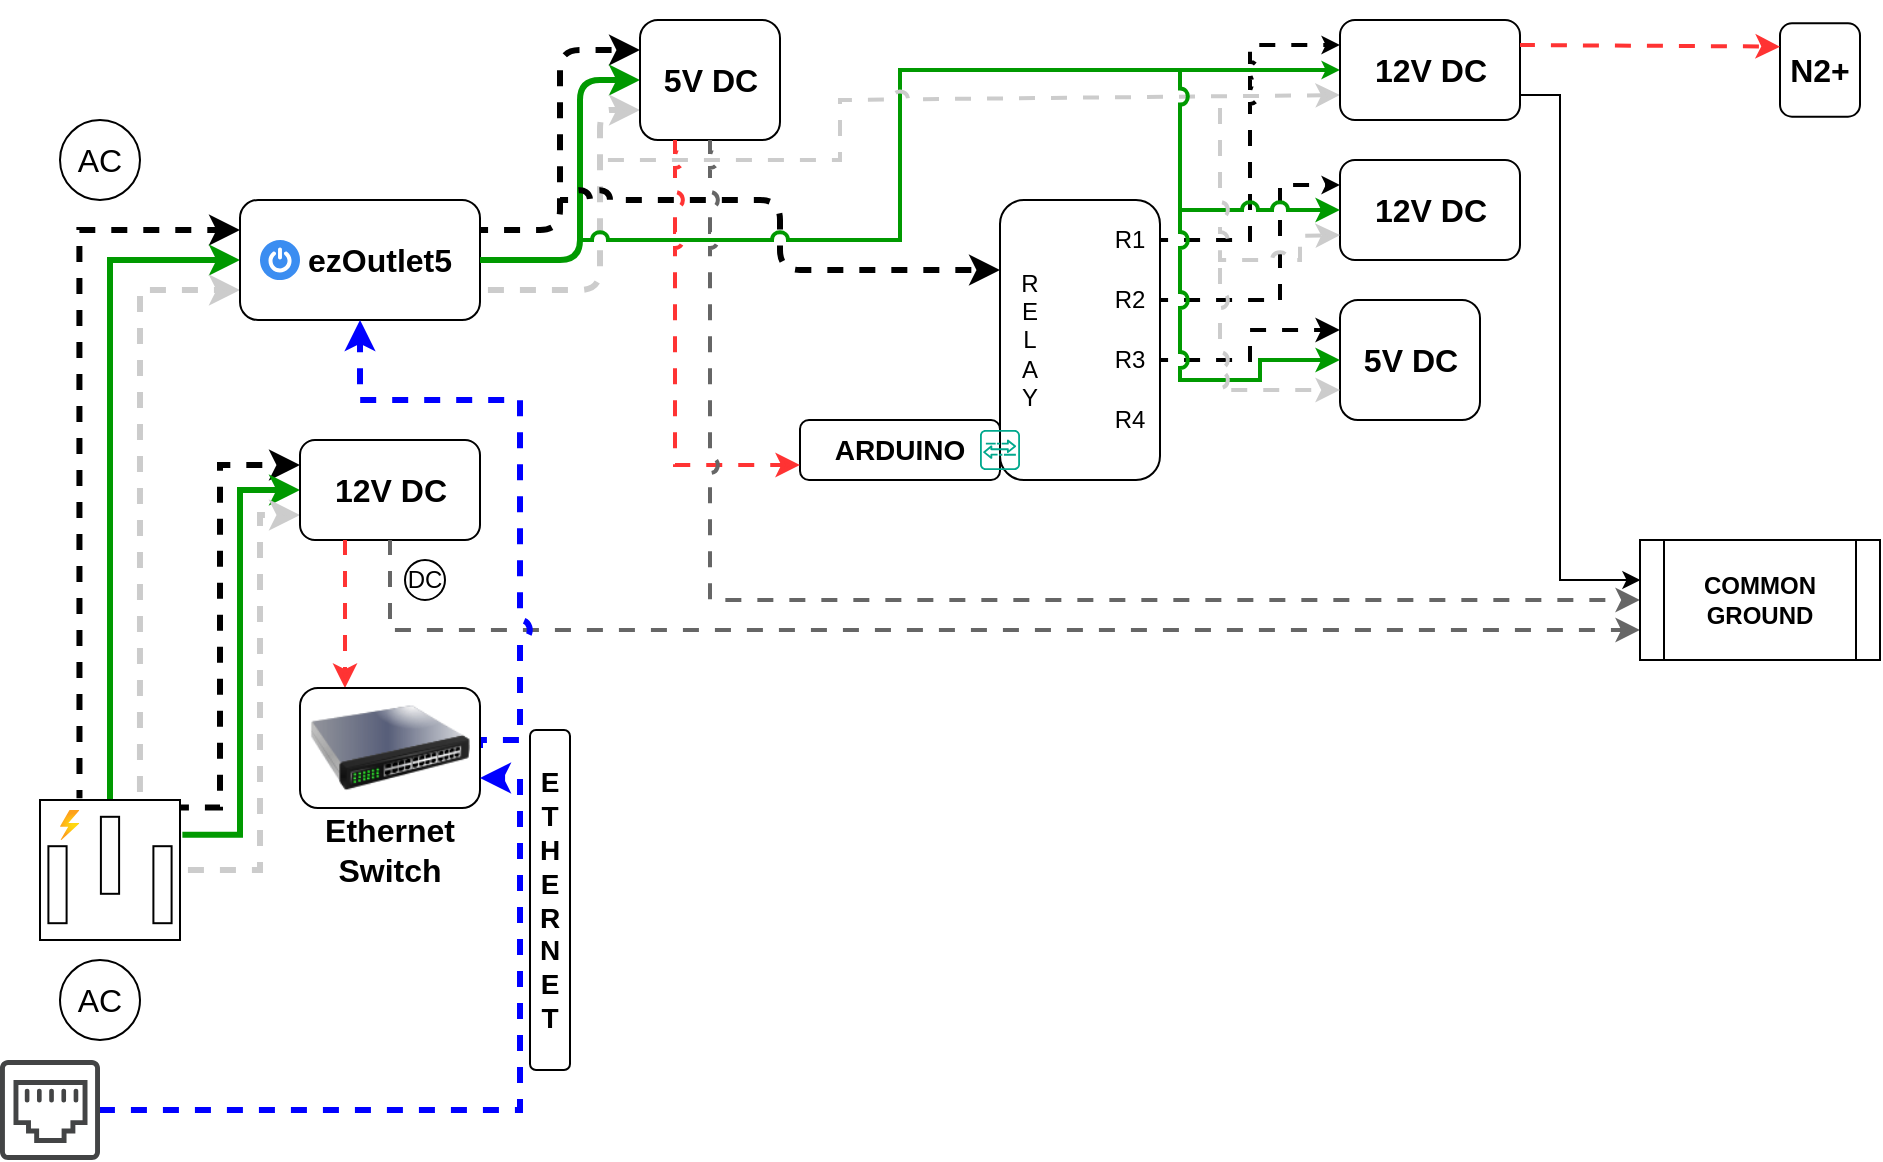
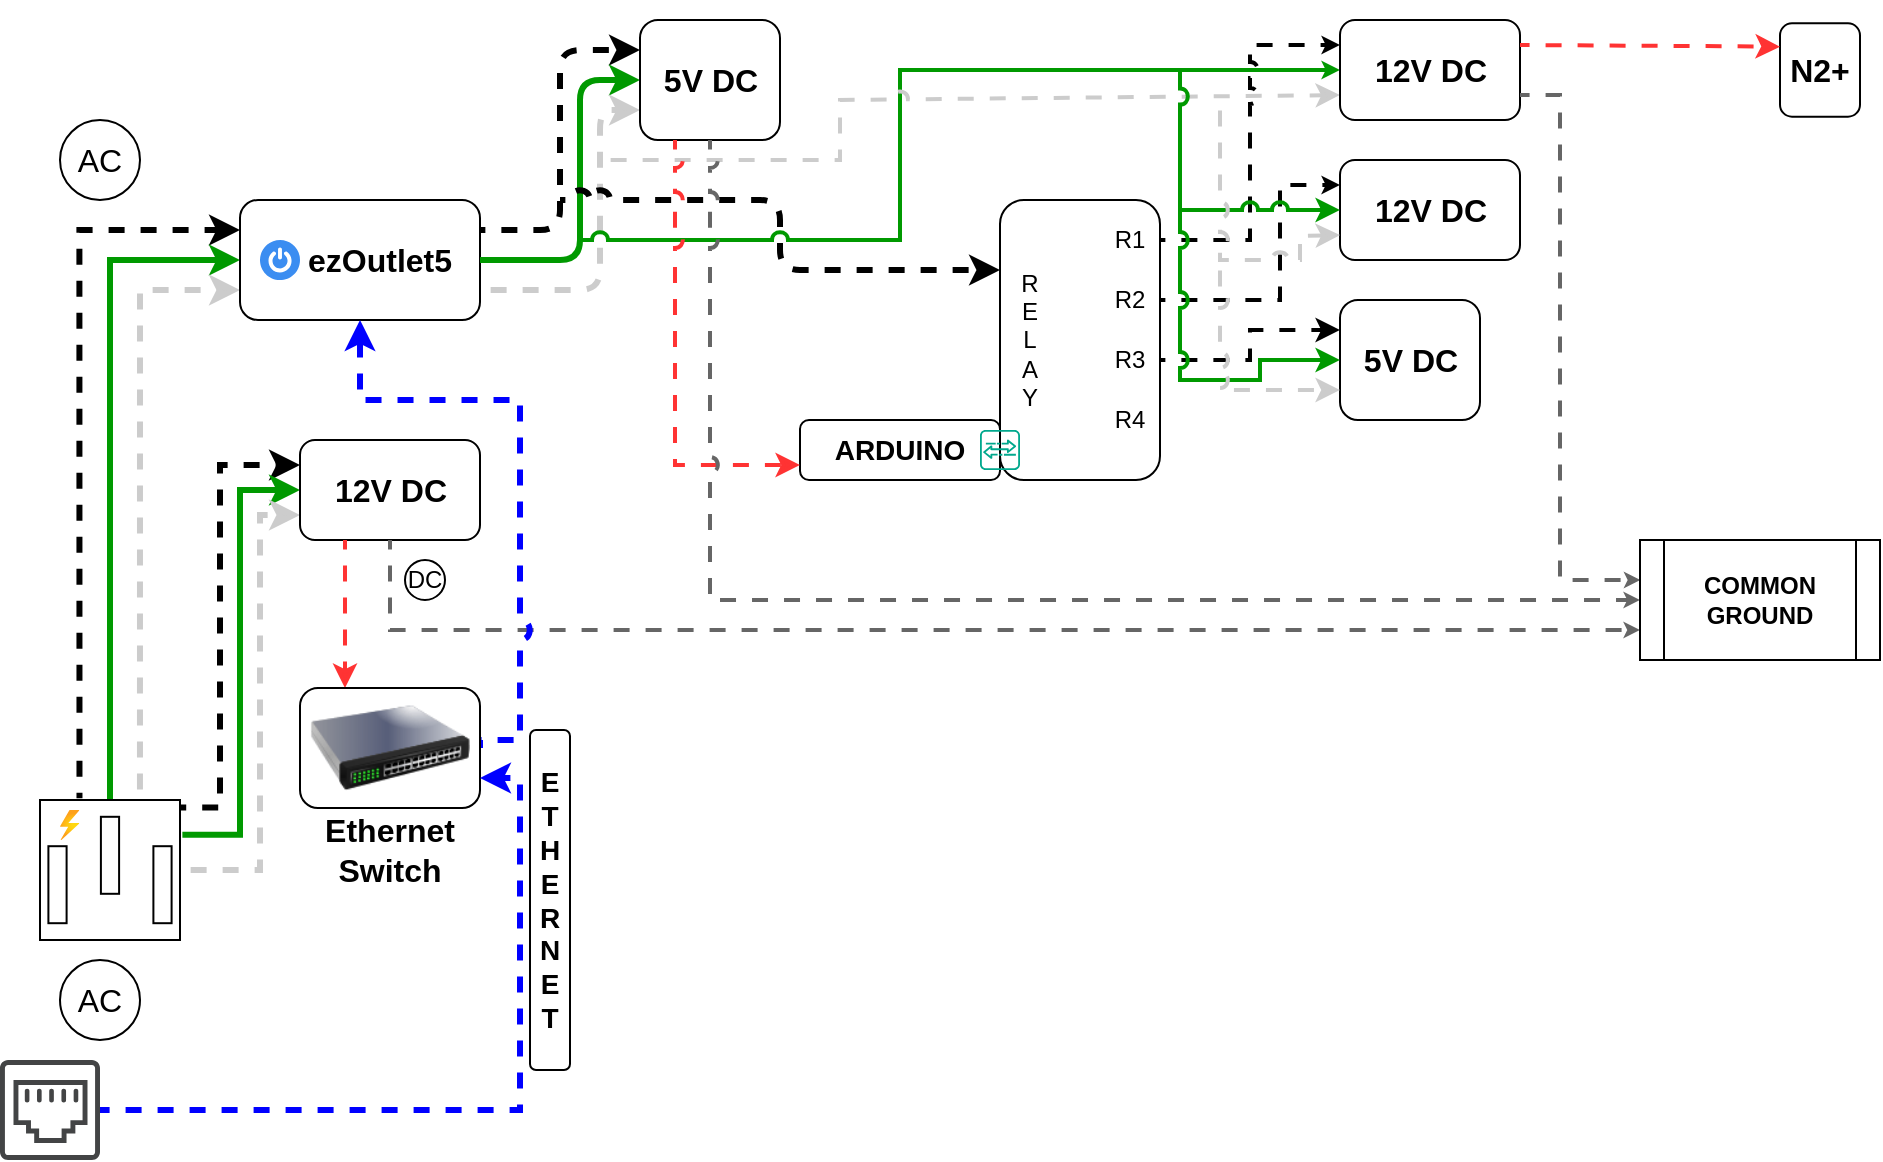
<mxfile host="app.diagrams.net" agent="Mozilla/5.0 (Windows NT 10.0; Win64; x64) AppleWebKit/537.36 (KHTML, like Gecko) Chrome/131.0.0.0 Safari/537.36 Edg/131.0.0.0" version="25.0.3">
  <diagram name="Page-1" id="VlRkN-xOVygPYa-iD9Ir">
    <mxGraphModel dx="241" dy="151" grid="1" gridSize="10" guides="1" tooltips="1" connect="1" arrows="1" fold="1" page="1" pageScale="1" pageWidth="1600" pageHeight="900" background="none" math="0" shadow="0">
      <root>
        <mxCell id="0" />
        <mxCell id="1" parent="0" />
        <mxCell id="JVLtuT8sySUBbFbLTn6r-3" style="edgeStyle=orthogonalEdgeStyle;rounded=0;orthogonalLoop=1;jettySize=auto;html=1;entryX=0;entryY=0.25;entryDx=0;entryDy=0;exitX=0.282;exitY=-0.013;exitDx=0;exitDy=0;exitPerimeter=0;strokeWidth=3;flowAnimation=1;flowAnimationDirection=alternate;flowAnimationTimingFunction=ease-in-out;flowAnimationDuration=1500;jumpStyle=arc;" parent="1" source="pD8juBFKP1GN8B8eYQTb-1" target="pD8juBFKP1GN8B8eYQTb-3" edge="1">
          <mxGeometry relative="1" as="geometry" />
        </mxCell>
        <mxCell id="JVLtuT8sySUBbFbLTn6r-4" style="edgeStyle=orthogonalEdgeStyle;rounded=0;orthogonalLoop=1;jettySize=auto;html=1;exitX=0.5;exitY=0;exitDx=0;exitDy=0;exitPerimeter=0;entryX=0;entryY=0.5;entryDx=0;entryDy=0;strokeColor=#009900;strokeWidth=3;jumpStyle=arc;" parent="1" source="pD8juBFKP1GN8B8eYQTb-1" target="pD8juBFKP1GN8B8eYQTb-3" edge="1">
          <mxGeometry relative="1" as="geometry" />
        </mxCell>
        <mxCell id="JVLtuT8sySUBbFbLTn6r-5" style="edgeStyle=orthogonalEdgeStyle;rounded=0;orthogonalLoop=1;jettySize=auto;html=1;entryX=0;entryY=0.75;entryDx=0;entryDy=0;exitX=0.714;exitY=0;exitDx=0;exitDy=0;exitPerimeter=0;strokeWidth=3;strokeColor=#CCCCCC;flowAnimation=1;flowAnimationDirection=alternate-reverse;flowAnimationTimingFunction=ease-in-out;flowAnimationDuration=1500;jumpStyle=arc;" parent="1" source="pD8juBFKP1GN8B8eYQTb-1" target="pD8juBFKP1GN8B8eYQTb-3" edge="1">
          <mxGeometry relative="1" as="geometry">
            <mxPoint x="120" y="320" as="targetPoint" />
          </mxGeometry>
        </mxCell>
        <mxCell id="JVLtuT8sySUBbFbLTn6r-6" style="edgeStyle=orthogonalEdgeStyle;rounded=0;orthogonalLoop=1;jettySize=auto;html=1;entryX=0;entryY=0.25;entryDx=0;entryDy=0;exitX=1.006;exitY=0.054;exitDx=0;exitDy=0;exitPerimeter=0;strokeWidth=3;flowAnimation=1;flowAnimationDirection=alternate;flowAnimationTimingFunction=ease-in-out;flowAnimationDuration=1500;jumpStyle=arc;" parent="1" source="pD8juBFKP1GN8B8eYQTb-1" target="pD8juBFKP1GN8B8eYQTb-24" edge="1">
          <mxGeometry relative="1" as="geometry">
            <Array as="points">
              <mxPoint x="120" y="404" />
              <mxPoint x="120" y="233" />
            </Array>
          </mxGeometry>
        </mxCell>
        <mxCell id="JVLtuT8sySUBbFbLTn6r-7" style="edgeStyle=orthogonalEdgeStyle;rounded=0;orthogonalLoop=1;jettySize=auto;html=1;entryX=0;entryY=0.5;entryDx=0;entryDy=0;exitX=1.017;exitY=0.249;exitDx=0;exitDy=0;exitPerimeter=0;strokeWidth=3;strokeColor=#009900;jumpStyle=arc;" parent="1" source="pD8juBFKP1GN8B8eYQTb-1" target="pD8juBFKP1GN8B8eYQTb-24" edge="1">
          <mxGeometry relative="1" as="geometry" />
        </mxCell>
        <mxCell id="JVLtuT8sySUBbFbLTn6r-8" style="edgeStyle=orthogonalEdgeStyle;rounded=0;orthogonalLoop=1;jettySize=auto;html=1;entryX=0;entryY=0.75;entryDx=0;entryDy=0;strokeColor=#CCCCCC;strokeWidth=3;flowAnimation=1;flowAnimationDirection=alternate-reverse;flowAnimationTimingFunction=ease-in-out;flowAnimationDuration=1500;jumpStyle=arc;" parent="1" source="pD8juBFKP1GN8B8eYQTb-1" target="pD8juBFKP1GN8B8eYQTb-24" edge="1">
          <mxGeometry relative="1" as="geometry">
            <Array as="points">
              <mxPoint x="140" y="435" />
              <mxPoint x="140" y="258" />
            </Array>
          </mxGeometry>
        </mxCell>
        <mxCell id="JVLtuT8sySUBbFbLTn6r-1" value="" style="group" parent="1" vertex="1" connectable="0">
          <mxGeometry x="30" y="480" width="60" height="40" as="geometry" />
        </mxCell>
        <mxCell id="pD8juBFKP1GN8B8eYQTb-22" value="AC" style="text;html=1;align=center;verticalAlign=middle;whiteSpace=wrap;rounded=0;fontSize=16;" parent="JVLtuT8sySUBbFbLTn6r-1" vertex="1">
          <mxGeometry y="5" width="60" height="30" as="geometry" />
        </mxCell>
        <mxCell id="pD8juBFKP1GN8B8eYQTb-23" value="" style="ellipse;whiteSpace=wrap;html=1;fillColor=none;" parent="JVLtuT8sySUBbFbLTn6r-1" vertex="1">
          <mxGeometry x="10" width="40" height="40" as="geometry" />
        </mxCell>
        <mxCell id="JVLtuT8sySUBbFbLTn6r-2" value="" style="group" parent="1" vertex="1" connectable="0">
          <mxGeometry x="30" y="60" width="60" height="40" as="geometry" />
        </mxCell>
        <mxCell id="pD8juBFKP1GN8B8eYQTb-9" value="" style="ellipse;whiteSpace=wrap;html=1;fillColor=none;" parent="JVLtuT8sySUBbFbLTn6r-2" vertex="1">
          <mxGeometry x="10" width="40" height="40" as="geometry" />
        </mxCell>
        <mxCell id="pD8juBFKP1GN8B8eYQTb-11" value="AC" style="text;html=1;align=center;verticalAlign=middle;whiteSpace=wrap;rounded=0;fontSize=16;" parent="JVLtuT8sySUBbFbLTn6r-2" vertex="1">
          <mxGeometry y="5" width="60" height="30" as="geometry" />
        </mxCell>
        <mxCell id="JVLtuT8sySUBbFbLTn6r-9" value="" style="group" parent="1" vertex="1" connectable="0">
          <mxGeometry x="130" y="100" width="120" height="60" as="geometry" />
        </mxCell>
        <mxCell id="JVLtuT8sySUBbFbLTn6r-16" value="" style="group" parent="JVLtuT8sySUBbFbLTn6r-9" vertex="1" connectable="0">
          <mxGeometry width="120" height="60" as="geometry" />
        </mxCell>
        <mxCell id="pD8juBFKP1GN8B8eYQTb-3" value="" style="rounded=1;whiteSpace=wrap;html=1;" parent="JVLtuT8sySUBbFbLTn6r-16" vertex="1">
          <mxGeometry width="120" height="60" as="geometry" />
        </mxCell>
        <mxCell id="JVLtuT8sySUBbFbLTn6r-13" value="" style="sketch=0;html=1;aspect=fixed;strokeColor=none;shadow=0;fillColor=#3B8DF1;verticalAlign=top;labelPosition=center;verticalLabelPosition=bottom;shape=mxgraph.gcp2.a7_power" parent="JVLtuT8sySUBbFbLTn6r-16" vertex="1">
          <mxGeometry x="10" y="20" width="20" height="20" as="geometry" />
        </mxCell>
        <mxCell id="pD8juBFKP1GN8B8eYQTb-15" value="&lt;b&gt;ezOutlet5&lt;/b&gt;" style="text;html=1;align=center;verticalAlign=middle;whiteSpace=wrap;rounded=0;fontSize=16;" parent="JVLtuT8sySUBbFbLTn6r-16" vertex="1">
          <mxGeometry x="40" y="10" width="60" height="40" as="geometry" />
        </mxCell>
        <mxCell id="JVLtuT8sySUBbFbLTn6r-11" value="" style="group" parent="1" vertex="1" connectable="0">
          <mxGeometry x="160" y="220" width="90" height="50" as="geometry" />
        </mxCell>
        <mxCell id="JVLtuT8sySUBbFbLTn6r-72" value="" style="group" parent="JVLtuT8sySUBbFbLTn6r-11" vertex="1" connectable="0">
          <mxGeometry width="90" height="50" as="geometry" />
        </mxCell>
        <mxCell id="pD8juBFKP1GN8B8eYQTb-24" value="" style="rounded=1;whiteSpace=wrap;html=1;" parent="JVLtuT8sySUBbFbLTn6r-72" vertex="1">
          <mxGeometry width="90" height="50" as="geometry" />
        </mxCell>
        <mxCell id="JVLtuT8sySUBbFbLTn6r-10" value="&lt;font style=&quot;font-size: 16px;&quot;&gt;&lt;b&gt;12V DC&lt;/b&gt;&lt;/font&gt;" style="text;html=1;align=center;verticalAlign=middle;whiteSpace=wrap;rounded=0;" parent="JVLtuT8sySUBbFbLTn6r-72" vertex="1">
          <mxGeometry x="15.75" y="10" width="58.5" height="30" as="geometry" />
        </mxCell>
        <mxCell id="JVLtuT8sySUBbFbLTn6r-18" value="" style="group" parent="1" vertex="1" connectable="0">
          <mxGeometry x="30" y="400" width="70" height="70" as="geometry" />
        </mxCell>
        <mxCell id="pD8juBFKP1GN8B8eYQTb-1" value="" style="pointerEvents=1;verticalLabelPosition=bottom;shadow=0;dashed=0;align=center;html=1;verticalAlign=top;shape=mxgraph.electrical.miscellaneous.ac_out" parent="JVLtuT8sySUBbFbLTn6r-18" vertex="1">
          <mxGeometry width="70" height="70" as="geometry" />
        </mxCell>
        <mxCell id="JVLtuT8sySUBbFbLTn6r-12" value="" style="image;aspect=fixed;html=1;points=[];align=center;fontSize=12;image=img/lib/azure2/general/Power.svg;" parent="JVLtuT8sySUBbFbLTn6r-18" vertex="1">
          <mxGeometry x="10" y="5" width="9.72" height="15" as="geometry" />
        </mxCell>
        <mxCell id="JVLtuT8sySUBbFbLTn6r-23" style="edgeStyle=orthogonalEdgeStyle;rounded=0;orthogonalLoop=1;jettySize=auto;html=1;entryX=0.25;entryY=0;entryDx=0;entryDy=0;exitX=0.25;exitY=1;exitDx=0;exitDy=0;strokeColor=#FF3333;strokeWidth=2;flowAnimation=1;jumpStyle=arc;" parent="1" source="pD8juBFKP1GN8B8eYQTb-24" target="JVLtuT8sySUBbFbLTn6r-19" edge="1">
          <mxGeometry relative="1" as="geometry" />
        </mxCell>
        <mxCell id="JVLtuT8sySUBbFbLTn6r-28" value="" style="group" parent="1" vertex="1" connectable="0">
          <mxGeometry x="210" y="280" width="25" height="20" as="geometry" />
        </mxCell>
        <mxCell id="JVLtuT8sySUBbFbLTn6r-26" value="" style="ellipse;whiteSpace=wrap;html=1;aspect=fixed;" parent="JVLtuT8sySUBbFbLTn6r-28" vertex="1">
          <mxGeometry x="2.5" width="20" height="20" as="geometry" />
        </mxCell>
        <mxCell id="JVLtuT8sySUBbFbLTn6r-27" value="&lt;font&gt;DC&lt;/font&gt;" style="text;html=1;align=center;verticalAlign=middle;whiteSpace=wrap;rounded=0;" parent="JVLtuT8sySUBbFbLTn6r-28" vertex="1">
          <mxGeometry y="2.5" width="25" height="15" as="geometry" />
        </mxCell>
-         <mxCell id="JVLtuT8sySUBbFbLTn6r-29" style="edgeStyle=orthogonalEdgeStyle;rounded=0;orthogonalLoop=1;jettySize=auto;html=1;exitX=0.5;exitY=1;exitDx=0;exitDy=0;strokeWidth=2;flowAnimation=1;strokeColor=#666666;jumpStyle=arc;entryX=0;entryY=0.75;entryDx=0;entryDy=0;" parent="1" source="pD8juBFKP1GN8B8eYQTb-24" target="0aRQkGjj-KWWZOeJOGup-9" edge="1">
+         <mxCell id="JVLtuT8sySUBbFbLTn6r-29" style="edgeStyle=orthogonalEdgeStyle;rounded=0;orthogonalLoop=1;jettySize=auto;html=1;exitX=0.5;exitY=1;exitDx=0;exitDy=0;strokeWidth=2;flowAnimation=1;strokeColor=#666666;jumpStyle=arc;entryX=0;entryY=0.75;entryDx=0;entryDy=0;endSize=2;" parent="1" source="pD8juBFKP1GN8B8eYQTb-24" target="0aRQkGjj-KWWZOeJOGup-9" edge="1">
          <mxGeometry relative="1" as="geometry">
            <mxPoint x="810" y="370" as="targetPoint" />
          </mxGeometry>
        </mxCell>
        <mxCell id="JVLtuT8sySUBbFbLTn6r-30" style="edgeStyle=orthogonalEdgeStyle;rounded=0;orthogonalLoop=1;jettySize=auto;html=1;exitX=1;exitY=0.5;exitDx=0;exitDy=0;entryX=0.5;entryY=1;entryDx=0;entryDy=0;strokeColor=#0000FF;strokeWidth=3;flowAnimation=1;jumpStyle=arc;" parent="1" source="JVLtuT8sySUBbFbLTn6r-19" target="pD8juBFKP1GN8B8eYQTb-3" edge="1">
          <mxGeometry relative="1" as="geometry">
            <Array as="points">
              <mxPoint x="270" y="370" />
              <mxPoint x="270" y="200" />
              <mxPoint x="190" y="200" />
            </Array>
          </mxGeometry>
        </mxCell>
        <mxCell id="JVLtuT8sySUBbFbLTn6r-33" value="" style="rounded=1;whiteSpace=wrap;html=1;" parent="1" vertex="1">
          <mxGeometry x="510" y="100" width="80" height="140" as="geometry" />
        </mxCell>
        <mxCell id="JVLtuT8sySUBbFbLTn6r-35" style="edgeStyle=orthogonalEdgeStyle;rounded=1;orthogonalLoop=1;jettySize=auto;html=1;exitX=1;exitY=0.25;exitDx=0;exitDy=0;entryX=0;entryY=0.25;entryDx=0;entryDy=0;curved=0;strokeWidth=3;flowAnimation=1;flowAnimationDirection=alternate;flowAnimationTimingFunction=ease-in-out;flowAnimationDuration=1500;jumpStyle=arc;" parent="1" source="pD8juBFKP1GN8B8eYQTb-3" target="JVLtuT8sySUBbFbLTn6r-34" edge="1">
          <mxGeometry relative="1" as="geometry" />
        </mxCell>
        <mxCell id="JVLtuT8sySUBbFbLTn6r-36" style="edgeStyle=orthogonalEdgeStyle;rounded=1;orthogonalLoop=1;jettySize=auto;html=1;exitX=1;exitY=0.5;exitDx=0;exitDy=0;entryX=0;entryY=0.5;entryDx=0;entryDy=0;curved=0;strokeWidth=3;strokeColor=#009900;jumpStyle=arc;" parent="1" source="pD8juBFKP1GN8B8eYQTb-3" target="JVLtuT8sySUBbFbLTn6r-34" edge="1">
          <mxGeometry relative="1" as="geometry">
            <Array as="points">
              <mxPoint x="300" y="130" />
              <mxPoint x="300" y="40" />
            </Array>
          </mxGeometry>
        </mxCell>
        <mxCell id="JVLtuT8sySUBbFbLTn6r-37" style="edgeStyle=orthogonalEdgeStyle;rounded=1;orthogonalLoop=1;jettySize=auto;html=1;exitX=1;exitY=0.75;exitDx=0;exitDy=0;entryX=0;entryY=0.75;entryDx=0;entryDy=0;curved=0;strokeColor=#CCCCCC;strokeWidth=3;flowAnimation=1;flowAnimationDirection=alternate-reverse;flowAnimationTimingFunction=ease-in-out;flowAnimationDuration=1500;jumpStyle=arc;" parent="1" source="pD8juBFKP1GN8B8eYQTb-3" target="JVLtuT8sySUBbFbLTn6r-34" edge="1">
          <mxGeometry relative="1" as="geometry">
            <Array as="points">
              <mxPoint x="310" y="145" />
              <mxPoint x="310" y="55" />
            </Array>
          </mxGeometry>
        </mxCell>
        <mxCell id="JVLtuT8sySUBbFbLTn6r-40" value="" style="endArrow=classic;html=1;rounded=1;curved=0;entryX=0;entryY=0.25;entryDx=0;entryDy=0;jumpStyle=arc;strokeWidth=3;flowAnimation=1;flowAnimationDirection=alternate;flowAnimationTimingFunction=ease-in-out;flowAnimationDuration=1500;" parent="1" target="JVLtuT8sySUBbFbLTn6r-33" edge="1">
          <mxGeometry width="50" height="50" relative="1" as="geometry">
            <mxPoint x="290" y="100" as="sourcePoint" />
            <mxPoint x="410" y="170" as="targetPoint" />
            <Array as="points">
              <mxPoint x="400" y="100" />
              <mxPoint x="400" y="135" />
            </Array>
          </mxGeometry>
        </mxCell>
        <mxCell id="JVLtuT8sySUBbFbLTn6r-51" value="" style="group" parent="1" vertex="1" connectable="0">
          <mxGeometry x="160" y="344" width="90" height="96" as="geometry" />
        </mxCell>
        <mxCell id="JVLtuT8sySUBbFbLTn6r-21" value="" style="group" parent="JVLtuT8sySUBbFbLTn6r-51" vertex="1" connectable="0">
          <mxGeometry width="90" height="70" as="geometry" />
        </mxCell>
        <mxCell id="JVLtuT8sySUBbFbLTn6r-50" value="" style="group" parent="JVLtuT8sySUBbFbLTn6r-21" vertex="1" connectable="0">
          <mxGeometry width="90" height="70" as="geometry" />
        </mxCell>
        <mxCell id="JVLtuT8sySUBbFbLTn6r-19" value="" style="rounded=1;whiteSpace=wrap;html=1;" parent="JVLtuT8sySUBbFbLTn6r-50" vertex="1">
          <mxGeometry width="90" height="60" as="geometry" />
        </mxCell>
        <mxCell id="JVLtuT8sySUBbFbLTn6r-49" value="" style="image;html=1;image=img/lib/clip_art/networking/Switch_128x128.png" parent="JVLtuT8sySUBbFbLTn6r-50" vertex="1">
          <mxGeometry x="5" y="-10" width="80" height="80" as="geometry" />
        </mxCell>
        <mxCell id="JVLtuT8sySUBbFbLTn6r-20" value="&lt;b&gt;&lt;font style=&quot;font-size: 16px;&quot;&gt;Ethernet&lt;/font&gt;&lt;/b&gt;&lt;div&gt;&lt;b&gt;&lt;font style=&quot;font-size: 16px;&quot;&gt;Switch&lt;/font&gt;&lt;/b&gt;&lt;/div&gt;" style="text;html=1;align=center;verticalAlign=middle;whiteSpace=wrap;rounded=0;" parent="JVLtuT8sySUBbFbLTn6r-51" vertex="1">
          <mxGeometry x="15" y="66" width="60" height="30" as="geometry" />
        </mxCell>
        <mxCell id="JVLtuT8sySUBbFbLTn6r-53" value="" style="group" parent="1" vertex="1" connectable="0">
          <mxGeometry x="330" y="10" width="70" height="60" as="geometry" />
        </mxCell>
        <mxCell id="JVLtuT8sySUBbFbLTn6r-71" value="" style="group" parent="JVLtuT8sySUBbFbLTn6r-53" vertex="1" connectable="0">
          <mxGeometry width="70" height="60" as="geometry" />
        </mxCell>
        <mxCell id="JVLtuT8sySUBbFbLTn6r-34" value="" style="rounded=1;whiteSpace=wrap;html=1;" parent="JVLtuT8sySUBbFbLTn6r-71" vertex="1">
          <mxGeometry width="70" height="60" as="geometry" />
        </mxCell>
        <mxCell id="JVLtuT8sySUBbFbLTn6r-52" value="&lt;font style=&quot;font-size: 16px;&quot;&gt;&lt;b&gt;5&lt;/b&gt;&lt;/font&gt;&lt;b style=&quot;font-size: 16px; background-color: initial;&quot;&gt;V DC&lt;/b&gt;" style="text;html=1;align=center;verticalAlign=middle;whiteSpace=wrap;rounded=0;" parent="JVLtuT8sySUBbFbLTn6r-71" vertex="1">
          <mxGeometry x="5.75" y="15" width="58.5" height="30" as="geometry" />
        </mxCell>
        <mxCell id="JVLtuT8sySUBbFbLTn6r-54" value="" style="endArrow=classic;html=1;rounded=0;entryX=0;entryY=0.5;entryDx=0;entryDy=0;jumpStyle=arc;strokeColor=#009900;strokeWidth=2;endSize=3;" parent="1" target="JVLtuT8sySUBbFbLTn6r-74" edge="1">
          <mxGeometry width="50" height="50" relative="1" as="geometry">
            <mxPoint x="300" y="120" as="sourcePoint" />
            <mxPoint x="350" y="80" as="targetPoint" />
            <Array as="points">
              <mxPoint x="460" y="120" />
              <mxPoint x="460" y="35" />
            </Array>
          </mxGeometry>
        </mxCell>
        <mxCell id="JVLtuT8sySUBbFbLTn6r-55" value="" style="endArrow=classic;html=1;rounded=0;entryX=0;entryY=0.75;entryDx=0;entryDy=0;strokeColor=#CCCCCC;strokeWidth=2;jumpStyle=arc;flowAnimation=1;flowAnimationDirection=alternate-reverse;flowAnimationTimingFunction=ease-in-out;flowAnimationDuration=1500;" parent="1" target="JVLtuT8sySUBbFbLTn6r-74" edge="1">
          <mxGeometry width="50" height="50" relative="1" as="geometry">
            <mxPoint x="310" y="80" as="sourcePoint" />
            <mxPoint x="350" y="140" as="targetPoint" />
            <Array as="points">
              <mxPoint x="430" y="80" />
              <mxPoint x="430" y="50" />
              <mxPoint x="520" y="50" />
            </Array>
          </mxGeometry>
        </mxCell>
        <mxCell id="JVLtuT8sySUBbFbLTn6r-56" value="R&lt;div&gt;E&lt;/div&gt;&lt;div&gt;L&lt;/div&gt;&lt;div&gt;A&lt;/div&gt;&lt;div&gt;Y&lt;/div&gt;" style="text;html=1;align=center;verticalAlign=middle;whiteSpace=wrap;rounded=0;" parent="1" vertex="1">
          <mxGeometry x="510" y="135" width="30" height="70" as="geometry" />
        </mxCell>
        <mxCell id="JVLtuT8sySUBbFbLTn6r-79" style="edgeStyle=orthogonalEdgeStyle;rounded=0;orthogonalLoop=1;jettySize=auto;html=1;exitX=1;exitY=0.5;exitDx=0;exitDy=0;entryX=0;entryY=0.25;entryDx=0;entryDy=0;strokeWidth=2;flowAnimation=1;flowAnimationDirection=alternate;flowAnimationTimingFunction=ease-in-out;flowAnimationDuration=1500;jumpStyle=arc;endSize=3;" parent="1" source="JVLtuT8sySUBbFbLTn6r-57" target="JVLtuT8sySUBbFbLTn6r-74" edge="1">
          <mxGeometry relative="1" as="geometry" />
        </mxCell>
        <mxCell id="JVLtuT8sySUBbFbLTn6r-57" value="R1" style="text;html=1;align=center;verticalAlign=middle;whiteSpace=wrap;rounded=0;" parent="1" vertex="1">
          <mxGeometry x="560" y="105" width="30" height="30" as="geometry" />
        </mxCell>
        <mxCell id="JVLtuT8sySUBbFbLTn6r-80" style="edgeStyle=orthogonalEdgeStyle;rounded=0;orthogonalLoop=1;jettySize=auto;html=1;exitX=1;exitY=0.5;exitDx=0;exitDy=0;entryX=0;entryY=0.25;entryDx=0;entryDy=0;strokeWidth=2;flowAnimation=1;flowAnimationDirection=alternate;flowAnimationTimingFunction=ease-in-out;flowAnimationDuration=1500;endSize=3;jumpStyle=arc;" parent="1" source="JVLtuT8sySUBbFbLTn6r-58" target="JVLtuT8sySUBbFbLTn6r-77" edge="1">
          <mxGeometry relative="1" as="geometry">
            <Array as="points">
              <mxPoint x="650" y="150" />
              <mxPoint x="650" y="93" />
            </Array>
          </mxGeometry>
        </mxCell>
        <mxCell id="JVLtuT8sySUBbFbLTn6r-58" value="R2" style="text;html=1;align=center;verticalAlign=middle;whiteSpace=wrap;rounded=0;" parent="1" vertex="1">
          <mxGeometry x="560" y="135" width="30" height="30" as="geometry" />
        </mxCell>
        <mxCell id="JVLtuT8sySUBbFbLTn6r-81" style="edgeStyle=orthogonalEdgeStyle;rounded=0;orthogonalLoop=1;jettySize=auto;html=1;exitX=1;exitY=0.5;exitDx=0;exitDy=0;entryX=0;entryY=0.25;entryDx=0;entryDy=0;strokeWidth=2;flowAnimation=1;flowAnimationDirection=alternate;flowAnimationTimingFunction=ease-in-out;flowAnimationDuration=1500;jumpStyle=arc;" parent="1" source="JVLtuT8sySUBbFbLTn6r-59" target="JVLtuT8sySUBbFbLTn6r-63" edge="1">
          <mxGeometry relative="1" as="geometry" />
        </mxCell>
        <mxCell id="JVLtuT8sySUBbFbLTn6r-59" value="R3" style="text;html=1;align=center;verticalAlign=middle;whiteSpace=wrap;rounded=0;" parent="1" vertex="1">
          <mxGeometry x="560" y="165" width="30" height="30" as="geometry" />
        </mxCell>
        <mxCell id="JVLtuT8sySUBbFbLTn6r-60" value="R4" style="text;html=1;align=center;verticalAlign=middle;whiteSpace=wrap;rounded=0;" parent="1" vertex="1">
          <mxGeometry x="560" y="195" width="30" height="30" as="geometry" />
        </mxCell>
        <mxCell id="JVLtuT8sySUBbFbLTn6r-67" value="" style="group" parent="1" vertex="1" connectable="0">
          <mxGeometry x="680" y="150" width="70" height="60" as="geometry" />
        </mxCell>
        <mxCell id="JVLtuT8sySUBbFbLTn6r-63" value="" style="rounded=1;whiteSpace=wrap;html=1;" parent="JVLtuT8sySUBbFbLTn6r-67" vertex="1">
          <mxGeometry width="70" height="60" as="geometry" />
        </mxCell>
        <mxCell id="JVLtuT8sySUBbFbLTn6r-62" value="" style="group" parent="JVLtuT8sySUBbFbLTn6r-67" vertex="1" connectable="0">
          <mxGeometry width="70" height="60" as="geometry" />
        </mxCell>
        <mxCell id="JVLtuT8sySUBbFbLTn6r-64" value="&lt;font style=&quot;font-size: 16px;&quot;&gt;&lt;b&gt;5&lt;/b&gt;&lt;/font&gt;&lt;b style=&quot;font-size: 16px; background-color: initial;&quot;&gt;V DC&lt;/b&gt;" style="text;html=1;align=center;verticalAlign=middle;whiteSpace=wrap;rounded=0;" parent="JVLtuT8sySUBbFbLTn6r-62" vertex="1">
          <mxGeometry x="5.75" y="15" width="58.5" height="30" as="geometry" />
        </mxCell>
        <mxCell id="JVLtuT8sySUBbFbLTn6r-73" value="" style="group" parent="1" vertex="1" connectable="0">
          <mxGeometry x="680" y="10" width="90" height="50" as="geometry" />
        </mxCell>
        <mxCell id="JVLtuT8sySUBbFbLTn6r-74" value="" style="rounded=1;whiteSpace=wrap;html=1;" parent="JVLtuT8sySUBbFbLTn6r-73" vertex="1">
          <mxGeometry width="90" height="50" as="geometry" />
        </mxCell>
        <mxCell id="JVLtuT8sySUBbFbLTn6r-75" value="&lt;font style=&quot;font-size: 16px;&quot;&gt;&lt;b&gt;12V DC&lt;/b&gt;&lt;/font&gt;" style="text;html=1;align=center;verticalAlign=middle;whiteSpace=wrap;rounded=0;" parent="JVLtuT8sySUBbFbLTn6r-73" vertex="1">
          <mxGeometry x="15.75" y="10" width="58.5" height="30" as="geometry" />
        </mxCell>
        <mxCell id="JVLtuT8sySUBbFbLTn6r-76" value="" style="group" parent="1" vertex="1" connectable="0">
          <mxGeometry x="680" y="80" width="90" height="50" as="geometry" />
        </mxCell>
        <mxCell id="JVLtuT8sySUBbFbLTn6r-77" value="" style="rounded=1;whiteSpace=wrap;html=1;" parent="JVLtuT8sySUBbFbLTn6r-76" vertex="1">
          <mxGeometry width="90" height="50" as="geometry" />
        </mxCell>
        <mxCell id="JVLtuT8sySUBbFbLTn6r-78" value="&lt;font style=&quot;font-size: 16px;&quot;&gt;&lt;b&gt;12V DC&lt;/b&gt;&lt;/font&gt;" style="text;html=1;align=center;verticalAlign=middle;whiteSpace=wrap;rounded=0;" parent="JVLtuT8sySUBbFbLTn6r-76" vertex="1">
          <mxGeometry x="15.75" y="10" width="58.5" height="30" as="geometry" />
        </mxCell>
        <mxCell id="JVLtuT8sySUBbFbLTn6r-82" value="" style="endArrow=classic;html=1;rounded=0;entryX=0;entryY=0.5;entryDx=0;entryDy=0;jumpStyle=arc;strokeColor=#009900;strokeWidth=2;" parent="1" target="JVLtuT8sySUBbFbLTn6r-77" edge="1">
          <mxGeometry width="50" height="50" relative="1" as="geometry">
            <mxPoint x="600" y="35" as="sourcePoint" />
            <mxPoint x="660" y="105" as="targetPoint" />
            <Array as="points">
              <mxPoint x="600" y="105" />
            </Array>
          </mxGeometry>
        </mxCell>
        <mxCell id="JVLtuT8sySUBbFbLTn6r-83" value="" style="endArrow=classic;html=1;rounded=0;entryX=0;entryY=0.75;entryDx=0;entryDy=0;strokeWidth=2;strokeColor=#CCCCCC;flowAnimation=1;flowAnimationTimingFunction=ease-in-out;flowAnimationDirection=alternate-reverse;jumpStyle=arc;flowAnimationDuration=1500;" parent="1" target="JVLtuT8sySUBbFbLTn6r-77" edge="1">
          <mxGeometry width="50" height="50" relative="1" as="geometry">
            <mxPoint x="620" y="50" as="sourcePoint" />
            <mxPoint x="480" y="40" as="targetPoint" />
            <Array as="points">
              <mxPoint x="620" y="130" />
              <mxPoint x="660" y="130" />
              <mxPoint x="660" y="118" />
            </Array>
          </mxGeometry>
        </mxCell>
        <mxCell id="JVLtuT8sySUBbFbLTn6r-88" value="" style="endArrow=classic;html=1;rounded=0;entryX=0;entryY=0.5;entryDx=0;entryDy=0;strokeColor=#009900;strokeWidth=2;jumpStyle=arc;" parent="1" target="JVLtuT8sySUBbFbLTn6r-63" edge="1">
          <mxGeometry width="50" height="50" relative="1" as="geometry">
            <mxPoint x="600" y="100" as="sourcePoint" />
            <mxPoint x="600" y="140" as="targetPoint" />
            <Array as="points">
              <mxPoint x="600" y="190" />
              <mxPoint x="640" y="190" />
              <mxPoint x="640" y="180" />
            </Array>
          </mxGeometry>
        </mxCell>
        <mxCell id="JVLtuT8sySUBbFbLTn6r-89" value="" style="endArrow=classic;html=1;rounded=0;entryX=0;entryY=0.75;entryDx=0;entryDy=0;strokeWidth=2;strokeColor=#CCCCCC;flowAnimation=1;jumpStyle=arc;flowAnimationTimingFunction=ease-in-out;flowAnimationDirection=alternate-reverse;flowAnimationDuration=1500;" parent="1" target="JVLtuT8sySUBbFbLTn6r-63" edge="1">
          <mxGeometry width="50" height="50" relative="1" as="geometry">
            <mxPoint x="620" y="130" as="sourcePoint" />
            <mxPoint x="600" y="100" as="targetPoint" />
            <Array as="points">
              <mxPoint x="620" y="195" />
            </Array>
          </mxGeometry>
        </mxCell>
        <mxCell id="JVLtuT8sySUBbFbLTn6r-90" value="&lt;b&gt;&lt;font style=&quot;font-size: 14px;&quot;&gt;ARDUINO&lt;/font&gt;&lt;/b&gt;" style="rounded=1;whiteSpace=wrap;html=1;" parent="1" vertex="1">
          <mxGeometry x="410" y="210" width="100" height="30" as="geometry" />
        </mxCell>
        <mxCell id="JVLtuT8sySUBbFbLTn6r-91" style="edgeStyle=orthogonalEdgeStyle;rounded=0;orthogonalLoop=1;jettySize=auto;html=1;exitX=0.25;exitY=1;exitDx=0;exitDy=0;entryX=0;entryY=0.75;entryDx=0;entryDy=0;strokeWidth=2;flowAnimation=1;strokeColor=#FF3333;jumpStyle=arc;" parent="1" source="JVLtuT8sySUBbFbLTn6r-34" target="JVLtuT8sySUBbFbLTn6r-90" edge="1">
          <mxGeometry relative="1" as="geometry" />
        </mxCell>
-         <mxCell id="JVLtuT8sySUBbFbLTn6r-92" style="edgeStyle=orthogonalEdgeStyle;rounded=0;orthogonalLoop=1;jettySize=auto;html=1;exitX=0.5;exitY=1;exitDx=0;exitDy=0;entryX=0;entryY=0.5;entryDx=0;entryDy=0;strokeWidth=2;flowAnimation=1;strokeColor=#666666;jumpStyle=arc;" parent="1" source="JVLtuT8sySUBbFbLTn6r-34" target="0aRQkGjj-KWWZOeJOGup-9" edge="1">
+         <mxCell id="JVLtuT8sySUBbFbLTn6r-92" style="edgeStyle=orthogonalEdgeStyle;rounded=0;orthogonalLoop=1;jettySize=auto;html=1;exitX=0.5;exitY=1;exitDx=0;exitDy=0;entryX=0;entryY=0.5;entryDx=0;entryDy=0;strokeWidth=2;flowAnimation=1;strokeColor=#666666;jumpStyle=arc;endSize=2;" parent="1" source="JVLtuT8sySUBbFbLTn6r-34" target="0aRQkGjj-KWWZOeJOGup-9" edge="1">
          <mxGeometry relative="1" as="geometry" />
        </mxCell>
        <mxCell id="JVLtuT8sySUBbFbLTn6r-93" value="" style="sketch=0;outlineConnect=0;fontColor=#232F3E;gradientColor=none;fillColor=#01A88D;strokeColor=none;dashed=0;verticalLabelPosition=bottom;verticalAlign=top;align=center;html=1;fontSize=12;fontStyle=0;aspect=fixed;shape=mxgraph.aws4.agent2;" parent="1" vertex="1">
          <mxGeometry x="500" y="215" width="20" height="20" as="geometry" />
        </mxCell>
        <mxCell id="0aRQkGjj-KWWZOeJOGup-1" value="" style="endArrow=classic;html=1;rounded=0;entryX=1;entryY=0.75;entryDx=0;entryDy=0;strokeWidth=3;strokeColor=#0000FF;flowAnimation=1;jumpStyle=arc;" edge="1" parent="1" source="0aRQkGjj-KWWZOeJOGup-3" target="JVLtuT8sySUBbFbLTn6r-19">
          <mxGeometry width="50" height="50" relative="1" as="geometry">
            <mxPoint x="40" y="560" as="sourcePoint" />
            <mxPoint x="560" y="420" as="targetPoint" />
            <Array as="points">
              <mxPoint x="270" y="555" />
              <mxPoint x="270" y="389" />
            </Array>
          </mxGeometry>
        </mxCell>
        <mxCell id="0aRQkGjj-KWWZOeJOGup-2" value="" style="group" vertex="1" connectable="0" parent="1">
          <mxGeometry x="270" y="365" width="30" height="170" as="geometry" />
        </mxCell>
        <mxCell id="JVLtuT8sySUBbFbLTn6r-31" value="" style="rounded=1;whiteSpace=wrap;html=1;" parent="0aRQkGjj-KWWZOeJOGup-2" vertex="1">
          <mxGeometry x="5" width="20" height="170" as="geometry" />
        </mxCell>
        <mxCell id="JVLtuT8sySUBbFbLTn6r-32" value="&lt;b&gt;&lt;font style=&quot;font-size: 14px;&quot;&gt;E&lt;/font&gt;&lt;/b&gt;&lt;div&gt;&lt;b&gt;&lt;font style=&quot;font-size: 14px;&quot;&gt;T&lt;/font&gt;&lt;/b&gt;&lt;/div&gt;&lt;div&gt;&lt;b&gt;&lt;font style=&quot;font-size: 14px;&quot;&gt;H&lt;/font&gt;&lt;/b&gt;&lt;/div&gt;&lt;div&gt;&lt;b&gt;&lt;font style=&quot;font-size: 14px;&quot;&gt;E&lt;/font&gt;&lt;/b&gt;&lt;/div&gt;&lt;div&gt;&lt;b&gt;&lt;font style=&quot;font-size: 14px;&quot;&gt;R&lt;/font&gt;&lt;/b&gt;&lt;/div&gt;&lt;div&gt;&lt;b&gt;&lt;font style=&quot;font-size: 14px;&quot;&gt;N&lt;/font&gt;&lt;/b&gt;&lt;/div&gt;&lt;div&gt;&lt;b&gt;&lt;font style=&quot;font-size: 14px;&quot;&gt;E&lt;/font&gt;&lt;/b&gt;&lt;/div&gt;&lt;div&gt;&lt;b&gt;&lt;font style=&quot;font-size: 14px;&quot;&gt;T&lt;/font&gt;&lt;/b&gt;&lt;/div&gt;" style="text;html=1;align=center;verticalAlign=middle;whiteSpace=wrap;rounded=0;" parent="0aRQkGjj-KWWZOeJOGup-2" vertex="1">
          <mxGeometry y="10" width="30" height="150" as="geometry" />
        </mxCell>
        <mxCell id="0aRQkGjj-KWWZOeJOGup-3" value="" style="sketch=0;pointerEvents=1;shadow=0;dashed=0;html=1;strokeColor=none;fillColor=#434445;aspect=fixed;labelPosition=center;verticalLabelPosition=bottom;verticalAlign=top;align=center;outlineConnect=0;shape=mxgraph.vvd.ethernet_port;" vertex="1" parent="1">
          <mxGeometry x="10" y="530" width="50" height="50" as="geometry" />
        </mxCell>
        <mxCell id="0aRQkGjj-KWWZOeJOGup-6" value="" style="group" vertex="1" connectable="0" parent="1">
          <mxGeometry x="890" width="60" height="70" as="geometry" />
        </mxCell>
        <mxCell id="0aRQkGjj-KWWZOeJOGup-4" value="" style="rounded=1;whiteSpace=wrap;html=1;" vertex="1" parent="0aRQkGjj-KWWZOeJOGup-6">
          <mxGeometry x="10" y="11.666666666666668" width="40" height="46.66666666666667" as="geometry" />
        </mxCell>
        <mxCell id="0aRQkGjj-KWWZOeJOGup-5" value="&lt;b&gt;&lt;font style=&quot;font-size: 16px;&quot;&gt;N2+&lt;/font&gt;&lt;/b&gt;" style="text;html=1;align=center;verticalAlign=middle;whiteSpace=wrap;rounded=0;" vertex="1" parent="0aRQkGjj-KWWZOeJOGup-6">
          <mxGeometry x="10" y="11.666666666666668" width="40" height="46.66666666666667" as="geometry" />
        </mxCell>
        <mxCell id="0aRQkGjj-KWWZOeJOGup-7" style="edgeStyle=orthogonalEdgeStyle;rounded=0;orthogonalLoop=1;jettySize=auto;html=1;exitX=1;exitY=0.25;exitDx=0;exitDy=0;entryX=0;entryY=0.25;entryDx=0;entryDy=0;strokeWidth=2;jumpStyle=arc;flowAnimation=1;strokeColor=#FF3333;" edge="1" parent="1" source="JVLtuT8sySUBbFbLTn6r-74" target="0aRQkGjj-KWWZOeJOGup-5">
          <mxGeometry relative="1" as="geometry" />
        </mxCell>
-         <mxCell id="0aRQkGjj-KWWZOeJOGup-8" style="edgeStyle=orthogonalEdgeStyle;rounded=0;orthogonalLoop=1;jettySize=auto;html=1;exitX=1;exitY=0.75;exitDx=0;exitDy=0;entryX=0.002;entryY=0.319;entryDx=0;entryDy=0;entryPerimeter=0;" edge="1" parent="1" source="JVLtuT8sySUBbFbLTn6r-74" target="0aRQkGjj-KWWZOeJOGup-9">
+         <mxCell id="0aRQkGjj-KWWZOeJOGup-8" style="edgeStyle=orthogonalEdgeStyle;rounded=0;orthogonalLoop=1;jettySize=auto;html=1;exitX=1;exitY=0.75;exitDx=0;exitDy=0;entryX=0.002;entryY=0.319;entryDx=0;entryDy=0;entryPerimeter=0;strokeWidth=2;strokeColor=#666666;flowAnimation=1;jumpStyle=arc;endSize=2;" edge="1" parent="1" source="JVLtuT8sySUBbFbLTn6r-74" target="0aRQkGjj-KWWZOeJOGup-9">
          <mxGeometry relative="1" as="geometry">
            <Array as="points">
              <mxPoint x="790" y="48" />
              <mxPoint x="790" y="290" />
              <mxPoint x="830" y="290" />
            </Array>
          </mxGeometry>
        </mxCell>
        <mxCell id="0aRQkGjj-KWWZOeJOGup-11" value="" style="group" vertex="1" connectable="0" parent="1">
          <mxGeometry x="830" y="270" width="120" height="60" as="geometry" />
        </mxCell>
        <mxCell id="0aRQkGjj-KWWZOeJOGup-9" value="" style="shape=process;whiteSpace=wrap;html=1;backgroundOutline=1;" vertex="1" parent="0aRQkGjj-KWWZOeJOGup-11">
          <mxGeometry width="120" height="60" as="geometry" />
        </mxCell>
        <mxCell id="0aRQkGjj-KWWZOeJOGup-10" value="&lt;b&gt;COMMON&lt;/b&gt;&lt;div&gt;&lt;b&gt;GROUND&lt;/b&gt;&lt;/div&gt;" style="text;html=1;align=center;verticalAlign=middle;whiteSpace=wrap;rounded=0;" vertex="1" parent="0aRQkGjj-KWWZOeJOGup-11">
          <mxGeometry x="30" y="15" width="60" height="30" as="geometry" />
        </mxCell>
      </root>
    </mxGraphModel>
  </diagram>
</mxfile>
